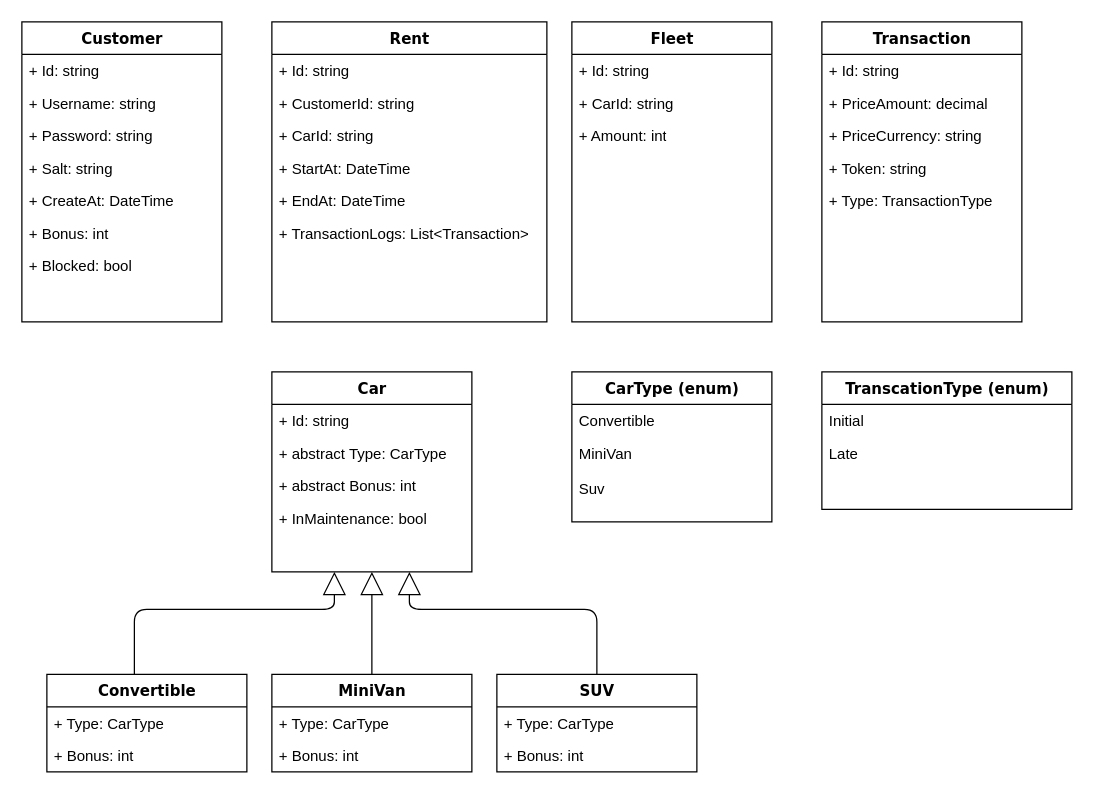
This is Docs/carRentalClass.drawio from vinisuarez/CarRental, a draw.io file, before an edit. Source tidied: cells renumbered, new cells numbered last; positions are measured from the earlier drawing's top-left corner, leaving out a move shared by most shapes. Both pictures are drawn from the tidied source at 125%, with x=0, y=0 at pixel (21, 21).
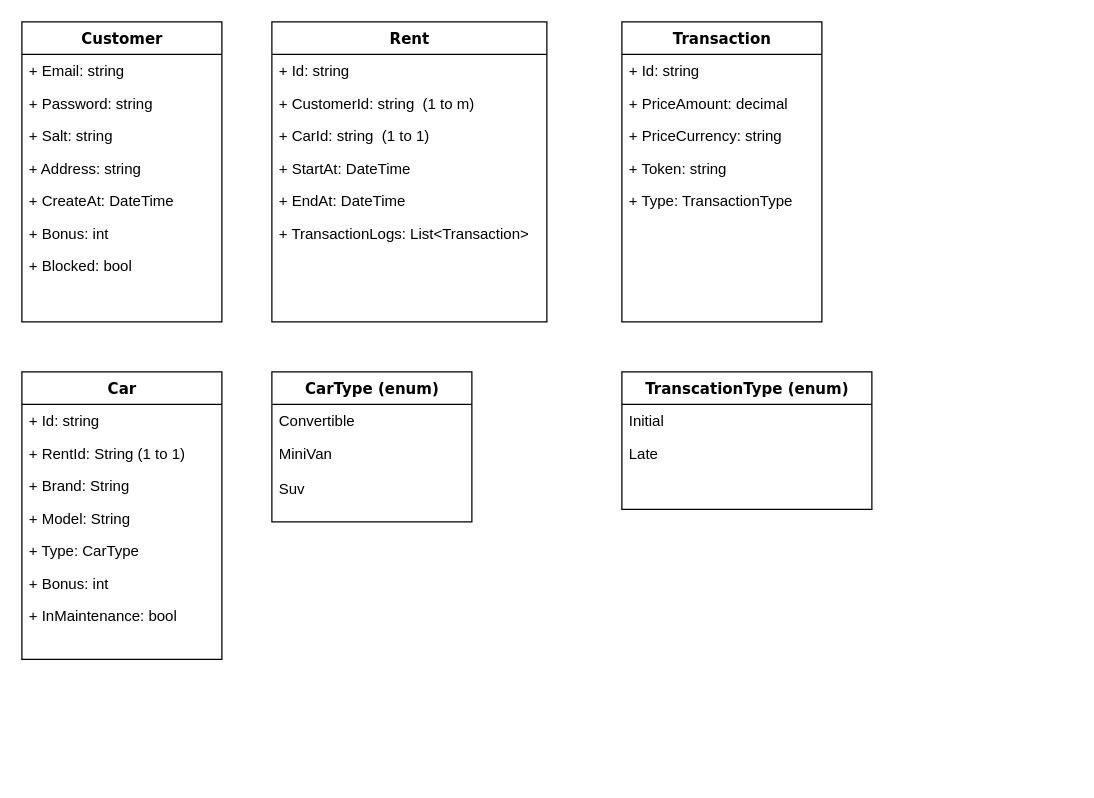
After the change.

The change refers to these unchanged cells:
```xml
<mxCell id="2" value="Customer" style="swimlane;html=1;fontStyle=1;align=center;verticalAlign=top;horizontal=1;startSize=26;swimlaneFillColor=#ffffff;rounded=0;shadow=0;comic=0;labelBackgroundColor=none;strokeWidth=1;fillColor=none;fontFamily=Verdana;fontSize=12;" parent="1" vertex="1">
  <mxGeometry width="160" height="240" as="geometry" />
</mxCell>
<mxCell id="10" value="Rent" style="swimlane;html=1;fontStyle=1;align=center;verticalAlign=top;horizontal=1;startSize=26;swimlaneFillColor=#ffffff;rounded=0;shadow=0;comic=0;labelBackgroundColor=none;strokeWidth=1;fillColor=none;fontFamily=Verdana;fontSize=12;" parent="1" vertex="1">
  <mxGeometry x="200" width="220" height="240" as="geometry" />
</mxCell>
```

Diff of the diagram source:
```diff
@@
-    <mxCell id="3" value="+ Id: string" style="text;html=1;strokeColor=none;fillColor=none;align=left;verticalAlign=top;spacingLeft=4;spacingRight=4;whiteSpace=wrap;overflow=hidden;" parent="2" vertex="1">
-      <mxGeometry y="26" width="160" height="26" as="geometry" />
-    </mxCell>
-    <mxCell id="4" value="+ Username: string" style="text;html=1;strokeColor=none;fillColor=none;align=left;verticalAlign=top;spacingLeft=4;spacingRight=4;whiteSpace=wrap;overflow=hidden;" parent="2" vertex="1">
-      <mxGeometry y="52" width="160" height="26" as="geometry" />
+    <mxCell id="4" value="+ Email: string" style="text;html=1;strokeColor=none;fillColor=none;align=left;verticalAlign=top;spacingLeft=4;spacingRight=4;whiteSpace=wrap;overflow=hidden;" parent="2" vertex="1">
+      <mxGeometry y="26" width="160" height="26" as="geometry" />
     </mxCell>
     <mxCell id="5" value="+ Password: string" style="text;html=1;strokeColor=none;fillColor=none;align=left;verticalAlign=top;spacingLeft=4;spacingRight=4;whiteSpace=wrap;overflow=hidden;" parent="2" vertex="1">
-      <mxGeometry y="78" width="160" height="26" as="geometry" />
+      <mxGeometry y="52" width="160" height="26" as="geometry" />
     </mxCell>
     <mxCell id="6" value="+ Salt: string" style="text;html=1;strokeColor=none;fillColor=none;align=left;verticalAlign=top;spacingLeft=4;spacingRight=4;whiteSpace=wrap;overflow=hidden;" parent="2" vertex="1">
-      <mxGeometry y="104" width="160" height="26" as="geometry" />
+      <mxGeometry y="78" width="160" height="26" as="geometry" />
     </mxCell>
+    <mxCell id="51" value="+ Address: string" style="text;html=1;strokeColor=none;fillColor=none;align=left;verticalAlign=top;spacingLeft=4;spacingRight=4;whiteSpace=wrap;overflow=hidden;" parent="2" vertex="1">
+      <mxGeometry y="104" width="160" height="26" as="geometry" />
+    </mxCell>
@@
-    <mxCell id="12" value="+ CustomerId: string" style="text;html=1;strokeColor=none;fillColor=none;align=left;verticalAlign=top;spacingLeft=4;spacingRight=4;whiteSpace=wrap;overflow=hidden;" parent="10" vertex="1">
+    <mxCell id="12" value="+ CustomerId: string&amp;nbsp;&amp;nbsp;(1 to m)" style="text;html=1;strokeColor=none;fillColor=none;align=left;verticalAlign=top;spacingLeft=4;spacingRight=4;whiteSpace=wrap;overflow=hidden;" parent="10" vertex="1">
       <mxGeometry y="52" width="220" height="26" as="geometry" />
     </mxCell>
-    <mxCell id="13" value="+ CarId: string" style="text;html=1;strokeColor=none;fillColor=none;align=left;verticalAlign=top;spacingLeft=4;spacingRight=4;whiteSpace=wrap;overflow=hidden;" parent="10" vertex="1">
+    <mxCell id="13" value="+ CarId: string&amp;nbsp;&amp;nbsp;(1 to 1)" style="text;html=1;strokeColor=none;fillColor=none;align=left;verticalAlign=top;spacingLeft=4;spacingRight=4;whiteSpace=wrap;overflow=hidden;" parent="10" vertex="1">
       <mxGeometry y="78" width="220" height="26" as="geometry" />
     </mxCell>
@@
     <mxCell id="17" value="Car" style="swimlane;html=1;fontStyle=1;align=center;verticalAlign=top;horizontal=1;startSize=26;swimlaneFillColor=#ffffff;rounded=0;shadow=0;comic=0;labelBackgroundColor=none;strokeWidth=1;fillColor=none;fontFamily=Verdana;fontSize=12;" parent="1" vertex="1">
-      <mxGeometry x="200" y="280" width="160" height="160" as="geometry" />
+      <mxGeometry y="280" width="160" height="230" as="geometry" />
     </mxCell>
@@
+    <mxCell id="52" value="+ RentId: String (1 to 1)" style="text;html=1;strokeColor=none;fillColor=none;align=left;verticalAlign=top;spacingLeft=4;spacingRight=4;whiteSpace=wrap;overflow=hidden;" parent="17" vertex="1">
+      <mxGeometry y="52" width="160" height="26" as="geometry" />
+    </mxCell>
+    <mxCell id="53" value="+ Brand: String" style="text;html=1;strokeColor=none;fillColor=none;align=left;verticalAlign=top;spacingLeft=4;spacingRight=4;whiteSpace=wrap;overflow=hidden;" parent="17" vertex="1">
+      <mxGeometry y="78" width="160" height="26" as="geometry" />
+    </mxCell>
+    <mxCell id="54" value="+ Model: String" style="text;html=1;strokeColor=none;fillColor=none;align=left;verticalAlign=top;spacingLeft=4;spacingRight=4;whiteSpace=wrap;overflow=hidden;" parent="17" vertex="1">
+      <mxGeometry y="104" width="160" height="26" as="geometry" />
+    </mxCell>
-    <mxCell id="19" value="+ abstract Type: CarType" style="text;html=1;strokeColor=none;fillColor=none;align=left;verticalAlign=top;spacingLeft=4;spacingRight=4;whiteSpace=wrap;overflow=hidden;" parent="17" vertex="1">
-      <mxGeometry y="52" width="160" height="26" as="geometry" />
+    <mxCell id="19" value="+ Type: CarType" style="text;html=1;strokeColor=none;fillColor=none;align=left;verticalAlign=top;spacingLeft=4;spacingRight=4;whiteSpace=wrap;overflow=hidden;" parent="17" vertex="1">
+      <mxGeometry y="130" width="160" height="26" as="geometry" />
     </mxCell>
-    <mxCell id="20" value="+ abstract Bonus: int" style="text;html=1;strokeColor=none;fillColor=none;align=left;verticalAlign=top;spacingLeft=4;spacingRight=4;whiteSpace=wrap;overflow=hidden;" parent="17" vertex="1">
-      <mxGeometry y="78" width="160" height="26" as="geometry" />
+    <mxCell id="20" value="+ Bonus: int" style="text;html=1;strokeColor=none;fillColor=none;align=left;verticalAlign=top;spacingLeft=4;spacingRight=4;whiteSpace=wrap;overflow=hidden;" parent="17" vertex="1">
+      <mxGeometry y="156" width="160" height="26" as="geometry" />
     </mxCell>
     <mxCell id="21" value="+ InMaintenance: bool" style="text;html=1;strokeColor=none;fillColor=none;align=left;verticalAlign=top;spacingLeft=4;spacingRight=4;whiteSpace=wrap;overflow=hidden;" parent="17" vertex="1">
-      <mxGeometry y="104" width="160" height="26" as="geometry" />
+      <mxGeometry y="182" width="160" height="26" as="geometry" />
     </mxCell>
-    <mxCell id="22" style="edgeStyle=orthogonalEdgeStyle;html=1;labelBackgroundColor=none;startFill=0;startSize=8;endArrow=block;endFill=0;endSize=16;fontFamily=Verdana;fontSize=12;" parent="1" edge="1" source="23" target="17">
-      <mxGeometry relative="1" as="geometry">
-        <Array as="points">
-          <mxPoint x="90" y="470" />
-          <mxPoint x="250" y="470" />
-        </Array>
-      </mxGeometry>
-    </mxCell>
-    <mxCell id="23" value="Convertible" style="swimlane;html=1;fontStyle=1;align=center;verticalAlign=top;horizontal=1;startSize=26;swimlaneFillColor=#ffffff;rounded=0;shadow=0;comic=0;labelBackgroundColor=none;strokeWidth=1;fillColor=none;fontFamily=Verdana;fontSize=12;" parent="1" vertex="1">
-      <mxGeometry x="20" y="522" width="160" height="78" as="geometry" />
-    </mxCell>
-    <mxCell id="24" value="+ Type: CarType" style="text;html=1;strokeColor=none;fillColor=none;align=left;verticalAlign=top;spacingLeft=4;spacingRight=4;whiteSpace=wrap;overflow=hidden;" parent="23" vertex="1">
-      <mxGeometry y="26" width="160" height="26" as="geometry" />
-    </mxCell>
-    <mxCell id="25" value="+ Bonus: int" style="text;html=1;strokeColor=none;fillColor=none;align=left;verticalAlign=top;spacingLeft=4;spacingRight=4;whiteSpace=wrap;overflow=hidden;" parent="23" vertex="1">
-      <mxGeometry y="52" width="160" height="26" as="geometry" />
-    </mxCell>
-    <mxCell id="26" style="edgeStyle=orthogonalEdgeStyle;html=1;labelBackgroundColor=none;startFill=0;startSize=8;endArrow=block;endFill=0;endSize=16;fontFamily=Verdana;fontSize=12;" parent="1" edge="1" source="27" target="17">
-      <mxGeometry relative="1" as="geometry" />
-    </mxCell>
-    <mxCell id="27" value="MiniVan" style="swimlane;html=1;fontStyle=1;align=center;verticalAlign=top;horizontal=1;startSize=26;swimlaneFillColor=#ffffff;rounded=0;shadow=0;comic=0;labelBackgroundColor=none;strokeWidth=1;fillColor=none;fontFamily=Verdana;fontSize=12;" parent="1" vertex="1">
-      <mxGeometry x="200" y="522" width="160" height="78" as="geometry" />
-    </mxCell>
-    <mxCell id="28" value="+ Type: CarType" style="text;html=1;strokeColor=none;fillColor=none;align=left;verticalAlign=top;spacingLeft=4;spacingRight=4;whiteSpace=wrap;overflow=hidden;" parent="27" vertex="1">
-      <mxGeometry y="26" width="160" height="26" as="geometry" />
-    </mxCell>
-    <mxCell id="29" value="+ Bonus: int" style="text;html=1;strokeColor=none;fillColor=none;align=left;verticalAlign=top;spacingLeft=4;spacingRight=4;whiteSpace=wrap;overflow=hidden;" parent="27" vertex="1">
-      <mxGeometry y="52" width="160" height="26" as="geometry" />
-    </mxCell>
-    <mxCell id="30" style="edgeStyle=orthogonalEdgeStyle;html=1;labelBackgroundColor=none;startFill=0;startSize=8;endArrow=block;endFill=0;endSize=16;fontFamily=Verdana;fontSize=12;" parent="1" edge="1" source="31" target="17">
-      <mxGeometry relative="1" as="geometry">
-        <Array as="points">
-          <mxPoint x="460" y="470" />
-          <mxPoint x="310" y="470" />
-        </Array>
-      </mxGeometry>
-    </mxCell>
-    <mxCell id="31" value="SUV" style="swimlane;html=1;fontStyle=1;align=center;verticalAlign=top;horizontal=1;startSize=26;swimlaneFillColor=#ffffff;rounded=0;shadow=0;comic=0;labelBackgroundColor=none;strokeWidth=1;fillColor=none;fontFamily=Verdana;fontSize=12;" parent="1" vertex="1">
-      <mxGeometry x="380" y="522" width="160" height="78" as="geometry" />
-    </mxCell>
-    <mxCell id="32" value="+ Type: CarType" style="text;html=1;strokeColor=none;fillColor=none;align=left;verticalAlign=top;spacingLeft=4;spacingRight=4;whiteSpace=wrap;overflow=hidden;" parent="31" vertex="1">
-      <mxGeometry y="26" width="160" height="26" as="geometry" />
-    </mxCell>
-    <mxCell id="33" value="+ Bonus: int" style="text;html=1;strokeColor=none;fillColor=none;align=left;verticalAlign=top;spacingLeft=4;spacingRight=4;whiteSpace=wrap;overflow=hidden;" parent="31" vertex="1">
-      <mxGeometry y="52" width="160" height="26" as="geometry" />
-    </mxCell>
-    <mxCell id="34" value="Fleet" style="swimlane;html=1;fontStyle=1;align=center;verticalAlign=top;horizontal=1;startSize=26;swimlaneFillColor=#ffffff;rounded=0;shadow=0;comic=0;labelBackgroundColor=none;strokeWidth=1;fillColor=none;fontFamily=Verdana;fontSize=12;" parent="1" vertex="1">
-      <mxGeometry x="440" width="160" height="240" as="geometry" />
-    </mxCell>
-    <mxCell id="35" value="+ Id: string" style="text;html=1;strokeColor=none;fillColor=none;align=left;verticalAlign=top;spacingLeft=4;spacingRight=4;whiteSpace=wrap;overflow=hidden;" parent="34" vertex="1">
-      <mxGeometry y="26" width="160" height="26" as="geometry" />
-    </mxCell>
-    <mxCell id="36" value="+ CarId: string" style="text;html=1;strokeColor=none;fillColor=none;align=left;verticalAlign=top;spacingLeft=4;spacingRight=4;whiteSpace=wrap;overflow=hidden;" parent="34" vertex="1">
-      <mxGeometry y="52" width="160" height="26" as="geometry" />
-    </mxCell>
-    <mxCell id="37" value="+ Amount: int" style="text;html=1;strokeColor=none;fillColor=none;align=left;verticalAlign=top;spacingLeft=4;spacingRight=4;whiteSpace=wrap;overflow=hidden;" parent="34" vertex="1">
-      <mxGeometry y="78" width="160" height="26" as="geometry" />
-    </mxCell>
     <mxCell id="38" value="Transaction" style="swimlane;html=1;fontStyle=1;align=center;verticalAlign=top;horizontal=1;startSize=26;swimlaneFillColor=#ffffff;rounded=0;shadow=0;comic=0;labelBackgroundColor=none;strokeWidth=1;fillColor=none;fontFamily=Verdana;fontSize=12;" parent="1" vertex="1">
-      <mxGeometry x="640" width="160" height="240" as="geometry" />
+      <mxGeometry x="480" width="160" height="240" as="geometry" />
     </mxCell>
@@
     <mxCell id="44" value="CarType (enum)" style="swimlane;html=1;fontStyle=1;align=center;verticalAlign=top;horizontal=1;startSize=26;swimlaneFillColor=#ffffff;rounded=0;shadow=0;comic=0;labelBackgroundColor=none;strokeWidth=1;fillColor=none;fontFamily=Verdana;fontSize=12;" parent="1" vertex="1">
-      <mxGeometry x="440" y="280" width="160" height="120" as="geometry" />
+      <mxGeometry x="200" y="280" width="160" height="120" as="geometry" />
     </mxCell>
@@
     <mxCell id="48" value="TranscationType (enum)" style="swimlane;html=1;fontStyle=1;align=center;verticalAlign=top;horizontal=1;startSize=26;swimlaneFillColor=#ffffff;rounded=0;shadow=0;comic=0;labelBackgroundColor=none;strokeWidth=1;fillColor=none;fontFamily=Verdana;fontSize=12;" parent="1" vertex="1">
-      <mxGeometry x="640" y="280" width="200" height="110" as="geometry" />
+      <mxGeometry x="480" y="280" width="200" height="110" as="geometry" />
     </mxCell>
```
